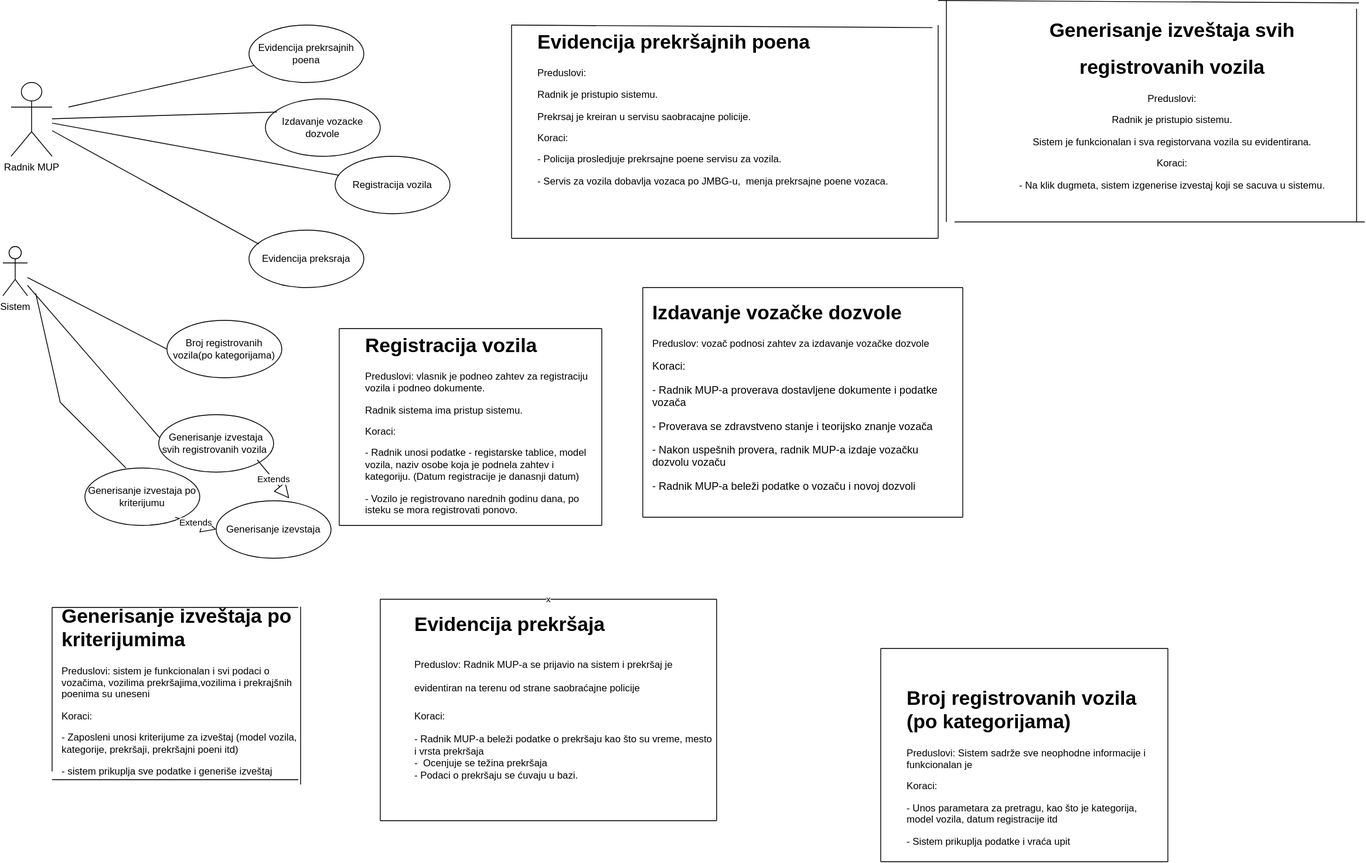
The draw.io diagram Diagrams/MupVozila_UseCaseDiagram.svg in anna02272/EGovernment, before a commit. Source tidied: cells renumbered, new cells last; positions are measured from the earlier drawing's top-left corner, leaving out a move shared by most shapes.
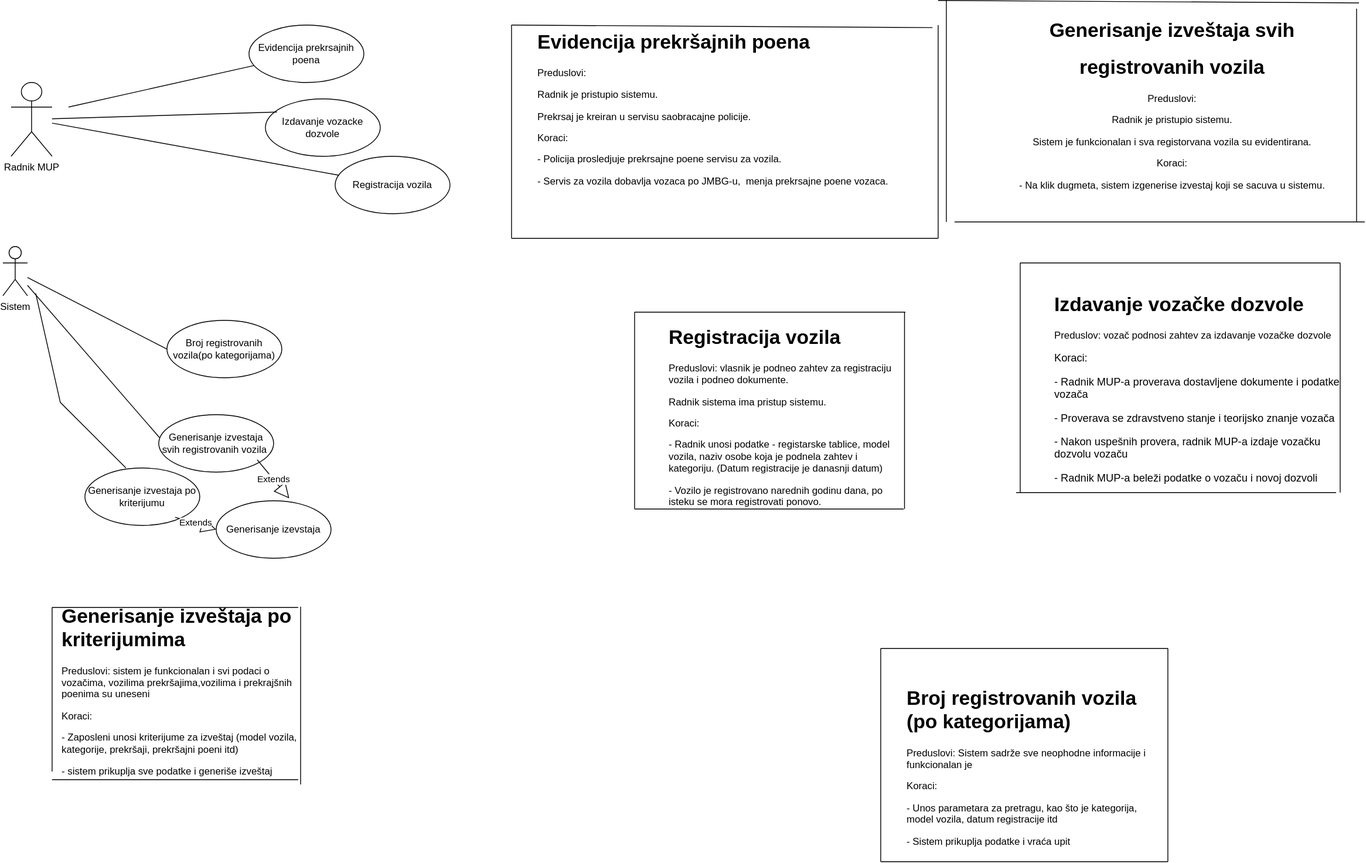
Later version of the same file.

Change to the diagram source:
```diff
@@ -1,4 +1,4 @@
-<mxGraphModel>
+<mxGraphModel background="#ffffff">
   <root>
     <mxCell id="0" />
     <mxCell id="1" parent="0" />
@@ -25,12 +25,6 @@
     <mxCell id="8" style="endArrow=none;html=1;rounded=0;entryX=0.1;entryY=0.229;entryDx=0;entryDy=0;entryPerimeter=0;" parent="1" edge="1" source="2" target="7">
       <mxGeometry relative="1" as="geometry" />
     </mxCell>
-    <mxCell id="9" value="Evidencija preksraja" style="ellipse;whiteSpace=wrap;html=1;" parent="1" vertex="1">
-      <mxGeometry x="300" y="280" width="140" height="70" as="geometry" />
-    </mxCell>
-    <mxCell id="10" style="endArrow=none;html=1;rounded=0;exitX=0.086;exitY=0.243;exitDx=0;exitDy=0;exitPerimeter=0;" parent="1" edge="1" source="9" target="2">
-      <mxGeometry relative="1" as="geometry" />
-    </mxCell>
     <mxCell id="11" value="Sistem" style="shape=umlActor;verticalLabelPosition=bottom;verticalAlign=top;html=1;" parent="1" vertex="1">
       <mxGeometry y="300" width="30" height="60" as="geometry" />
     </mxCell>
@@ -69,83 +63,61 @@
       </mxGeometry>
     </mxCell>
     <mxCell id="21" value="&lt;h1 style=&quot;margin-top: 0px;&quot;&gt;Izdavanje vozačke dozvole&lt;/h1&gt;&lt;p&gt;Preduslov: vozač podnosi zahtev za izdavanje vozačke dozvole&lt;/p&gt;&lt;p style=&quot;font-size: 13px;&quot;&gt;Koraci:&lt;/p&gt;&lt;p style=&quot;font-size: 13px;&quot;&gt;- Radnik MUP-a proverava dostavljene dokumente i podatke vozača&lt;/p&gt;&lt;p style=&quot;font-size: 13px;&quot;&gt;- Proverava se zdravstveno stanje i teorijsko znanje vozača&lt;/p&gt;&lt;p style=&quot;font-size: 13px;&quot;&gt;- Nakon uspešnih provera, radnik MUP-a izdaje vozačku dozvolu vozaču&lt;/p&gt;&lt;p style=&quot;font-size: 13px;&quot;&gt;- Radnik MUP-a beleži podatke o vozaču i novoj dozvoli&lt;/p&gt;" style="text;html=1;whiteSpace=wrap;overflow=hidden;rounded=0;" parent="1" vertex="1">
-      <mxGeometry x="790" y="360" width="370" height="250" as="geometry" />
+      <mxGeometry x="1280" y="350" width="370" height="250" as="geometry" />
     </mxCell>
     <mxCell id="22" style="endArrow=none;html=1;rounded=0;" parent="1" edge="1">
       <mxGeometry relative="1" as="geometry">
-        <mxPoint x="1170" y="630" as="sourcePoint" />
-        <mxPoint x="1170" y="350" as="targetPoint" />
+        <mxPoint x="1630" y="600" as="sourcePoint" />
+        <mxPoint x="1630" y="320" as="targetPoint" />
       </mxGeometry>
     </mxCell>
     <mxCell id="23" style="endArrow=none;html=1;rounded=0;" parent="1" edge="1">
       <mxGeometry relative="1" as="geometry">
-        <mxPoint x="780" y="630" as="sourcePoint" />
-        <mxPoint x="1170" y="630" as="targetPoint" />
+        <mxPoint x="1235" y="600" as="sourcePoint" />
+        <mxPoint x="1625" y="600" as="targetPoint" />
       </mxGeometry>
     </mxCell>
     <mxCell id="24" style="endArrow=none;html=1;rounded=0;" parent="1" edge="1">
       <mxGeometry relative="1" as="geometry">
-        <mxPoint x="780" y="630" as="sourcePoint" />
-        <mxPoint x="780" y="350" as="targetPoint" />
+        <mxPoint x="1240" y="600" as="sourcePoint" />
+        <mxPoint x="1240" y="320" as="targetPoint" />
       </mxGeometry>
     </mxCell>
     <mxCell id="25" style="endArrow=none;html=1;rounded=0;" parent="1" edge="1">
       <mxGeometry relative="1" as="geometry">
-        <mxPoint x="780" y="350" as="sourcePoint" />
-        <mxPoint x="1170" y="350" as="targetPoint" />
+        <mxPoint x="1240" y="320" as="sourcePoint" />
+        <mxPoint x="1630" y="320" as="targetPoint" />
       </mxGeometry>
     </mxCell>
     <mxCell id="26" value="&lt;h1 style=&quot;margin-top: 0px;&quot;&gt;Registracija vozila&lt;/h1&gt;&lt;p&gt;Preduslovi: vlasnik je podneo zahtev za registraciju vozila i podneo dokumente.&lt;/p&gt;&lt;p&gt;Radnik sistema ima pristup sistemu.&lt;/p&gt;&lt;p&gt;Koraci:&lt;/p&gt;&lt;p&gt;- Radnik unosi podatke - registarske tablice, model vozila, naziv osobe koja je podnela zahtev i kategoriju. (Datum registracije je danasnji datum)&lt;/p&gt;&lt;p&gt;- Vozilo je registrovano narednih godinu dana, po isteku se mora registrovati ponovo.&lt;/p&gt;" style="text;html=1;whiteSpace=wrap;overflow=hidden;rounded=0;" parent="1" vertex="1">
-      <mxGeometry x="440" y="400" width="290" height="240" as="geometry" />
+      <mxGeometry x="810" y="390" width="290" height="240" as="geometry" />
     </mxCell>
-    <mxCell id="27" style="endArrow=none;html=1;rounded=0;entryX=1;entryY=0;entryDx=0;entryDy=0;" parent="1" edge="1" target="26">
+    <mxCell id="27" style="endArrow=none;html=1;rounded=0;" parent="1" edge="1">
       <mxGeometry relative="1" as="geometry">
-        <mxPoint x="410" y="400" as="sourcePoint" />
+        <mxPoint x="770" y="380" as="sourcePoint" />
+        <mxPoint x="1100" y="380" as="targetPoint" />
+        <Array as="points">
+          <mxPoint x="1060" y="380" />
+        </Array>
       </mxGeometry>
     </mxCell>
     <mxCell id="28" style="endArrow=none;html=1;rounded=0;entryX=0.997;entryY=0.029;entryDx=0;entryDy=0;entryPerimeter=0;" parent="1" edge="1">
       <mxGeometry relative="1" as="geometry">
-        <mxPoint x="730" y="640" as="sourcePoint" />
-        <mxPoint x="730" y="400" as="targetPoint" />
+        <mxPoint x="1099" y="620" as="sourcePoint" />
+        <mxPoint x="1099" y="380" as="targetPoint" />
       </mxGeometry>
     </mxCell>
-    <mxCell id="29" style="endArrow=none;html=1;rounded=0;entryX=1;entryY=1;entryDx=0;entryDy=0;" parent="1" edge="1" target="26">
+    <mxCell id="29" style="endArrow=none;html=1;rounded=0;entryX=0.993;entryY=0.958;entryDx=0;entryDy=0;entryPerimeter=0;" parent="1" edge="1" target="26">
       <mxGeometry relative="1" as="geometry">
-        <mxPoint x="410" y="640" as="sourcePoint" />
+        <mxPoint x="770" y="620" as="sourcePoint" />
       </mxGeometry>
     </mxCell>
     <mxCell id="30" style="endArrow=none;html=1;rounded=0;" parent="1" edge="1">
       <mxGeometry relative="1" as="geometry">
-        <mxPoint x="410" y="640" as="sourcePoint" />
-        <mxPoint x="410" y="400" as="targetPoint" />
+        <mxPoint x="770" y="620" as="sourcePoint" />
+        <mxPoint x="770" y="380" as="targetPoint" />
       </mxGeometry>
     </mxCell>
-    <mxCell id="31" value="&lt;h1 style=&quot;margin-top: 0px;&quot;&gt;&lt;span style=&quot;background-color: initial;&quot;&gt;Evidencija prekršaja&lt;/span&gt;&lt;/h1&gt;&lt;h1 style=&quot;margin-top: 0px;&quot;&gt;&lt;span style=&quot;font-size: 12px; font-weight: 400;&quot;&gt;Preduslov: Radnik MUP-a se prijavio na sistem i prekršaj je evidentiran na terenu od strane saobraćajne policije&lt;/span&gt;&lt;/h1&gt;&lt;div&gt;&lt;span style=&quot;font-size: 12px; font-weight: 400;&quot;&gt;Koraci:&lt;/span&gt;&lt;/div&gt;&lt;div&gt;&lt;span style=&quot;font-size: 12px; font-weight: 400;&quot;&gt;&lt;br&gt;&lt;/span&gt;&lt;/div&gt;&lt;div&gt;- Radnik MUP-a beleži podatke o prekršaju kao što su vreme, mesto i vrsta prekršaja&lt;/div&gt;&lt;div&gt;-&amp;nbsp; Ocenjuje se težina prekršaja&lt;/div&gt;&lt;div&gt;- Podaci o prekršaju se ćuvaju u bazi.&lt;/div&gt;" style="text;html=1;whiteSpace=wrap;overflow=hidden;rounded=0;" parent="1" vertex="1">
-      <mxGeometry x="500" y="740" width="370" height="260" as="geometry" />
-    </mxCell>
-    <mxCell id="32" style="endArrow=none;html=1;rounded=0;" parent="1" edge="1">
-      <mxGeometry relative="1" as="geometry">
-        <mxPoint x="870" y="730" as="sourcePoint" />
-        <mxPoint x="870" y="1000" as="targetPoint" />
-      </mxGeometry>
-    </mxCell>
-    <mxCell id="33" style="endArrow=none;html=1;rounded=0;entryX=1;entryY=1;entryDx=0;entryDy=0;" parent="1" edge="1" target="31">
-      <mxGeometry relative="1" as="geometry">
-        <mxPoint x="460" y="1000" as="sourcePoint" />
-      </mxGeometry>
-    </mxCell>
-    <mxCell id="34" style="endArrow=none;html=1;rounded=0;" parent="1" edge="1">
-      <mxGeometry relative="1" as="geometry">
-        <mxPoint x="460" y="1000" as="sourcePoint" />
-        <mxPoint x="460" y="730" as="targetPoint" />
-      </mxGeometry>
-    </mxCell>
-    <mxCell id="35" value="x" style="endArrow=none;html=1;rounded=0;" parent="1" edge="1">
-      <mxGeometry relative="1" as="geometry">
-        <mxPoint x="460" y="730" as="sourcePoint" />
-        <mxPoint x="870" y="730" as="targetPoint" />
-      </mxGeometry>
-    </mxCell>
     <mxCell id="36" value="&lt;h1 style=&quot;margin-top: 0px;&quot;&gt;Generisanje izveštaja po kriterijumima&amp;nbsp;&lt;/h1&gt;&lt;p&gt;Preduslovi: sistem je funkcionalan i svi podaci o vozačima, vozilima prekršajima,vozilima i prekrajšnih poenima su uneseni&lt;/p&gt;&lt;p&gt;Koraci:&lt;/p&gt;&lt;p&gt;- Zaposleni unosi kriterijume za izveštaj (model vozila, kategorije, prekršaji, prekršajni poeni itd)&lt;/p&gt;&lt;p&gt;- sistem prikuplja sve podatke i generiše izveštaj&lt;/p&gt;" style="text;html=1;whiteSpace=wrap;overflow=hidden;rounded=0;" parent="1" vertex="1">
       <mxGeometry x="70" y="730" width="290" height="260" as="geometry" />
     </mxCell>
```
